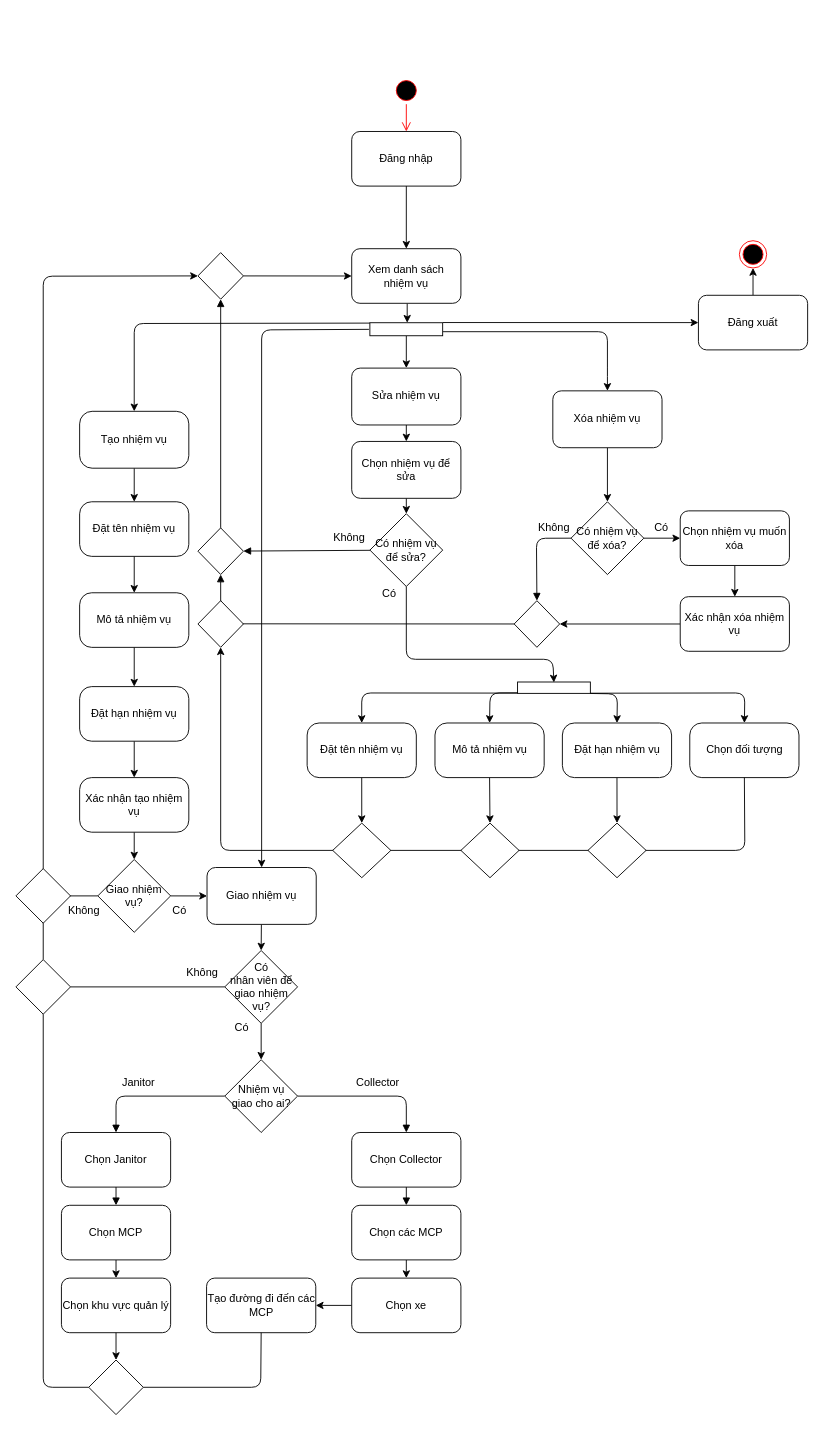
This is page "Task 2.1" (1 of 3) of task2.drawio from thuankhangho/btl-cnpm, a draw.io file, before an edit. Source tidied: cells renumbered, new cells numbered last; positions are measured from the earlier drawing's top-left corner, leaving out a move shared by most shapes. Both pictures are drawn from the tidied source at 91%, with x=0, y=0 at pixel (15, 22).
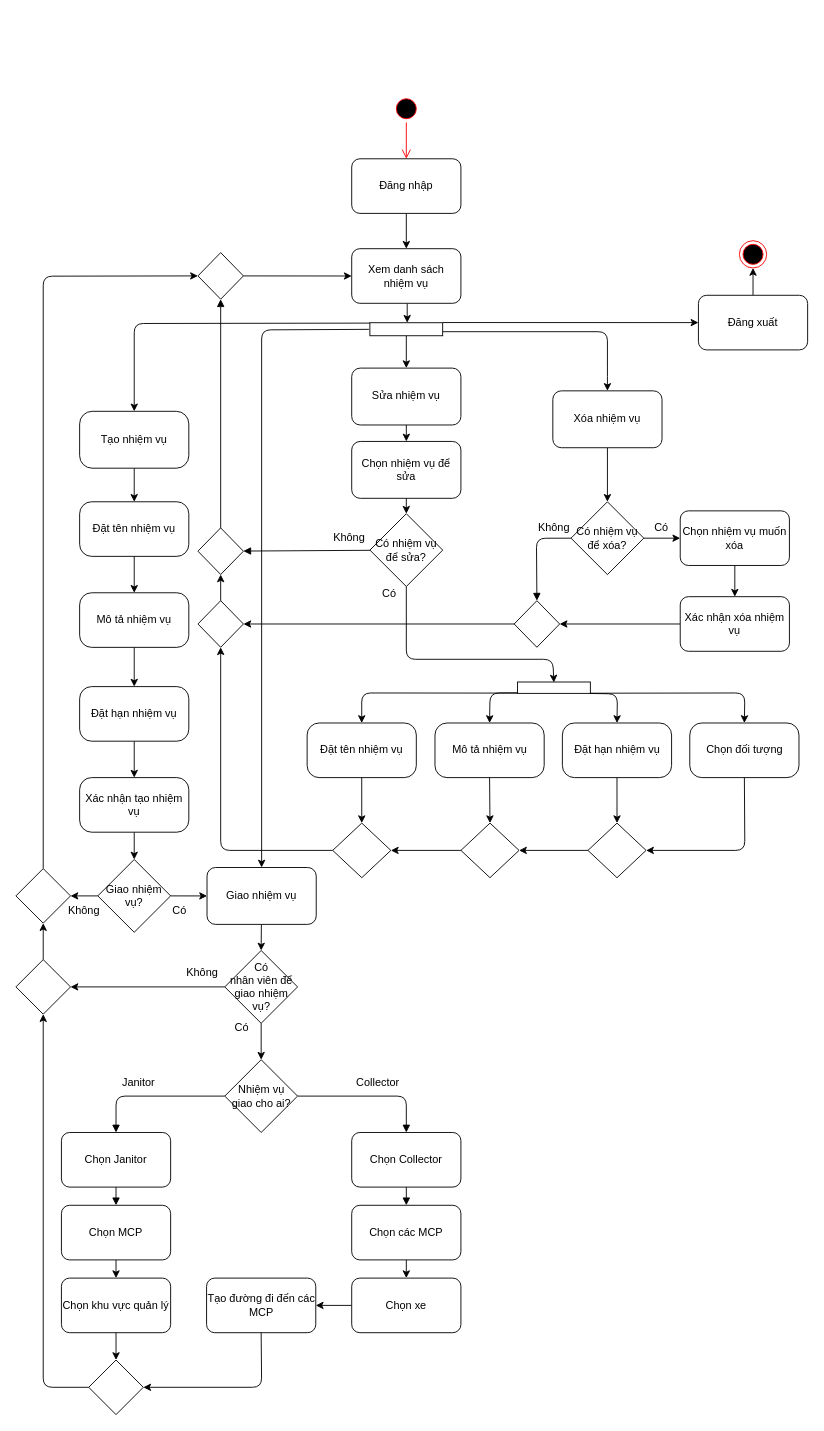
Above is the later version.

Unchanged cells that the change refers to:
```xml
<mxCell id="31" value="Không" style="text;html=1;strokeColor=none;fillColor=none;align=center;verticalAlign=middle;whiteSpace=wrap;rounded=0;" parent="1" vertex="1">
  <mxGeometry x="179.5" y="1030" width="50" height="30" as="geometry" />
</mxCell>
<mxCell id="32" style="rhombus;whiteSpace=wrap;html=1;" parent="1" vertex="1">
  <mxGeometry x="200" y="253.1" width="50" height="51.2" as="geometry" />
</mxCell>
<mxCell id="44" value="Tạo đường đi đến các MCP" style="whiteSpace=wrap;html=1;rounded=1;" parent="1" vertex="1">
  <mxGeometry x="209.5" y="1380" width="120" height="60" as="geometry" />
</mxCell>
<mxCell id="55" value="Giao nhiệm vụ?" style="rhombus;whiteSpace=wrap;html=1;" parent="1" vertex="1">
  <mxGeometry x="90" y="920" width="80" height="80" as="geometry" />
</mxCell>
<mxCell id="70" value="Chọn đối tượng" style="whiteSpace=wrap;html=1;rounded=1;arcSize=22;" parent="1" vertex="1">
  <mxGeometry x="740.5" y="770" width="120" height="60" as="geometry" />
</mxCell>
<mxCell id="89" style="rhombus;whiteSpace=wrap;html=1;" parent="1" vertex="1">
  <mxGeometry x="200" y="555.6" width="50" height="51.2" as="geometry" />
</mxCell>
<mxCell id="95" style="rhombus;whiteSpace=wrap;html=1;" parent="1" vertex="1">
  <mxGeometry x="547.5" y="635.6" width="50" height="51.2" as="geometry" />
</mxCell>
<mxCell id="100" style="rhombus;whiteSpace=wrap;html=1;" parent="1" vertex="1">
  <mxGeometry x="200" y="635.6" width="50" height="51.2" as="geometry" />
</mxCell>
<mxCell id="101" style="rhombus;whiteSpace=wrap;html=1;" parent="1" vertex="1">
  <mxGeometry y="1030" width="60" height="60" as="geometry" />
</mxCell>
<mxCell id="103" style="rhombus;whiteSpace=wrap;html=1;" parent="1" vertex="1">
  <mxGeometry y="930" width="60" height="60" as="geometry" />
</mxCell>
<mxCell id="105" style="rhombus;whiteSpace=wrap;html=1;" parent="1" vertex="1">
  <mxGeometry x="348.1" y="880" width="63.9" height="60" as="geometry" />
</mxCell>
<mxCell id="106" style="rhombus;whiteSpace=wrap;html=1;" parent="1" vertex="1">
  <mxGeometry x="489" y="880" width="63.9" height="60" as="geometry" />
</mxCell>
<mxCell id="107" style="rhombus;whiteSpace=wrap;html=1;" parent="1" vertex="1">
  <mxGeometry x="628.6" y="880" width="63.9" height="60" as="geometry" />
</mxCell>
<mxCell id="108" style="rhombus;whiteSpace=wrap;html=1;" parent="1" vertex="1">
  <mxGeometry x="80" y="1470" width="60" height="60" as="geometry" />
</mxCell>
```

What changed in the source:
```diff
@@
     <mxCell id="4" style="ellipse;html=1;shape=startState;fillColor=#000000;strokeColor=#ff0000;" parent="1" vertex="1">
-      <mxGeometry x="414" y="60" width="30" height="30" as="geometry" />
+      <mxGeometry x="414" y="80" width="30" height="30" as="geometry" />
     </mxCell>
@@
     <mxCell id="7" value="Đăng nhập" style="rounded=1;whiteSpace=wrap;html=1;" parent="1" vertex="1">
-      <mxGeometry x="369" y="120" width="120" height="60" as="geometry" />
+      <mxGeometry x="369" y="150" width="120" height="60" as="geometry" />
     </mxCell>
@@
-    <mxCell id="28" style="endArrow=classic;html=1;entryX=0;entryY=0.5;entryDx=0;entryDy=0;startArrow=none;" parent="1" edge="1" source="101" target="32">
+    <mxCell id="28" style="endArrow=classic;html=1;entryX=0;entryY=0.5;entryDx=0;entryDy=0;startArrow=none;exitX=0.5;exitY=0;exitDx=0;exitDy=0;" parent="1" edge="1" source="103" target="32">
       <mxGeometry relative="1" as="geometry">
         <Array as="points">
           <mxPoint x="30" y="279" />
         </Array>
       </mxGeometry>
     </mxCell>
@@
-    <mxCell id="75" style="endArrow=none;html=1;rounded=1;exitX=0;exitY=0.5;exitDx=0;exitDy=0;" parent="1" edge="1" source="55">
-      <mxGeometry relative="1" as="geometry">
-        <mxPoint x="30" y="960" as="targetPoint" />
-      </mxGeometry>
-    </mxCell>
@@
-    <mxCell id="78" style="endArrow=none;html=1;entryX=1;entryY=1;entryDx=0;entryDy=0;startArrow=none;exitX=1;exitY=0.5;exitDx=0;exitDy=0;" parent="1" edge="1" source="101" target="31">
-      <mxGeometry relative="1" as="geometry" />
-    </mxCell>
@@
-    <mxCell id="94" style="edgeStyle=none;html=1;entryX=0.5;entryY=1;entryDx=0;entryDy=0;endArrow=block;endFill=1;" parent="1" edge="1" source="95" target="89">
-      <mxGeometry relative="1" as="geometry">
-        <Array as="points">
-          <mxPoint x="225" y="661" />
-        </Array>
-      </mxGeometry>
-    </mxCell>
@@
-    <mxCell id="98" style="endArrow=none;html=1;exitX=1;exitY=0.5;exitDx=0;exitDy=0;entryX=0.5;entryY=1;entryDx=0;entryDy=0;" parent="1" edge="1" source="108" target="44">
-      <mxGeometry relative="1" as="geometry">
-        <Array as="points">
-          <mxPoint x="269" y="1500" />
-        </Array>
-      </mxGeometry>
-    </mxCell>
@@
-    <mxCell id="102" style="endArrow=none;html=1;entryX=0.5;entryY=1;entryDx=0;entryDy=0;exitX=0;exitY=0.5;exitDx=0;exitDy=0;" parent="1" edge="1" source="108" target="101">
-      <mxGeometry relative="1" as="geometry">
-        <Array as="points">
-          <mxPoint x="30" y="1500" />
-        </Array>
-      </mxGeometry>
-    </mxCell>
@@
-    <mxCell id="104" style="endArrow=classic;html=1;entryX=0.5;entryY=1;entryDx=0;entryDy=0;exitX=0.5;exitY=1;exitDx=0;exitDy=0;" parent="1" edge="1" source="70" target="100">
-      <mxGeometry relative="1" as="geometry">
-        <Array as="points">
-          <mxPoint x="801" y="910" />
-          <mxPoint x="225" y="910" />
-        </Array>
-      </mxGeometry>
-    </mxCell>
@@
+    <mxCell id="109" style="endArrow=classic;html=1;strokeColor=default;entryX=1;entryY=0.5;entryDx=0;entryDy=0;exitX=0.5;exitY=1;exitDx=0;exitDy=0;" parent="1" edge="1" source="44" target="108">
+      <mxGeometry relative="1" as="geometry">
+        <Array as="points">
+          <mxPoint x="270" y="1500" />
+        </Array>
+      </mxGeometry>
+    </mxCell>
+    <mxCell id="110" style="endArrow=classic;html=1;strokeColor=default;exitX=1;exitY=1;exitDx=0;exitDy=0;entryX=1;entryY=0.5;entryDx=0;entryDy=0;" parent="1" edge="1" source="31" target="101">
+      <mxGeometry relative="1" as="geometry" />
+    </mxCell>
+    <mxCell id="111" style="endArrow=classic;html=1;strokeColor=default;exitX=0;exitY=0.5;exitDx=0;exitDy=0;entryX=1;entryY=0.5;entryDx=0;entryDy=0;" parent="1" edge="1" source="55" target="103">
+      <mxGeometry relative="1" as="geometry" />
+    </mxCell>
+    <mxCell id="112" style="endArrow=classic;html=1;strokeColor=default;exitX=0.5;exitY=1;exitDx=0;exitDy=0;entryX=1;entryY=0.5;entryDx=0;entryDy=0;" parent="1" edge="1" source="70" target="107">
+      <mxGeometry relative="1" as="geometry">
+        <Array as="points">
+          <mxPoint x="801" y="910" />
+        </Array>
+      </mxGeometry>
+    </mxCell>
+    <mxCell id="113" style="endArrow=classic;html=1;strokeColor=default;exitX=0;exitY=0.5;exitDx=0;exitDy=0;entryX=1;entryY=0.5;entryDx=0;entryDy=0;" parent="1" edge="1" source="107" target="106">
+      <mxGeometry relative="1" as="geometry" />
+    </mxCell>
+    <mxCell id="114" style="endArrow=classic;html=1;strokeColor=default;exitX=0;exitY=0.5;exitDx=0;exitDy=0;entryX=1;entryY=0.5;entryDx=0;entryDy=0;" parent="1" edge="1" source="106" target="105">
+      <mxGeometry relative="1" as="geometry" />
+    </mxCell>
+    <mxCell id="115" style="endArrow=classic;html=1;strokeColor=default;entryX=0.5;entryY=1;entryDx=0;entryDy=0;exitX=0;exitY=0.5;exitDx=0;exitDy=0;" parent="1" edge="1" source="105" target="100">
+      <mxGeometry relative="1" as="geometry">
+        <Array as="points">
+          <mxPoint x="225" y="910" />
+        </Array>
+      </mxGeometry>
+    </mxCell>
+    <mxCell id="116" style="endArrow=classic;html=1;strokeColor=default;exitX=0.5;exitY=0;exitDx=0;exitDy=0;entryX=0.5;entryY=1;entryDx=0;entryDy=0;" parent="1" edge="1" source="101" target="103">
+      <mxGeometry relative="1" as="geometry" />
+    </mxCell>
+    <mxCell id="102" style="endArrow=classic;html=1;strokeColor=default;entryX=0.5;entryY=1;entryDx=0;entryDy=0;exitX=0;exitY=0.5;exitDx=0;exitDy=0;" parent="1" edge="1" source="108" target="101">
+      <mxGeometry relative="1" as="geometry">
+        <Array as="points">
+          <mxPoint x="30" y="1500" />
+        </Array>
+      </mxGeometry>
+    </mxCell>
+    <mxCell id="117" style="endArrow=classic;html=1;strokeColor=default;exitX=0;exitY=0.5;exitDx=0;exitDy=0;entryX=1;entryY=0.5;entryDx=0;entryDy=0;" parent="1" edge="1" source="95" target="100">
+      <mxGeometry relative="1" as="geometry" />
+    </mxCell>
+    <mxCell id="118" style="endArrow=classic;html=1;strokeColor=default;entryX=0.5;entryY=1;entryDx=0;entryDy=0;exitX=0.5;exitY=0;exitDx=0;exitDy=0;" parent="1" edge="1" source="100" target="89">
+      <mxGeometry relative="1" as="geometry" />
+    </mxCell>
```
